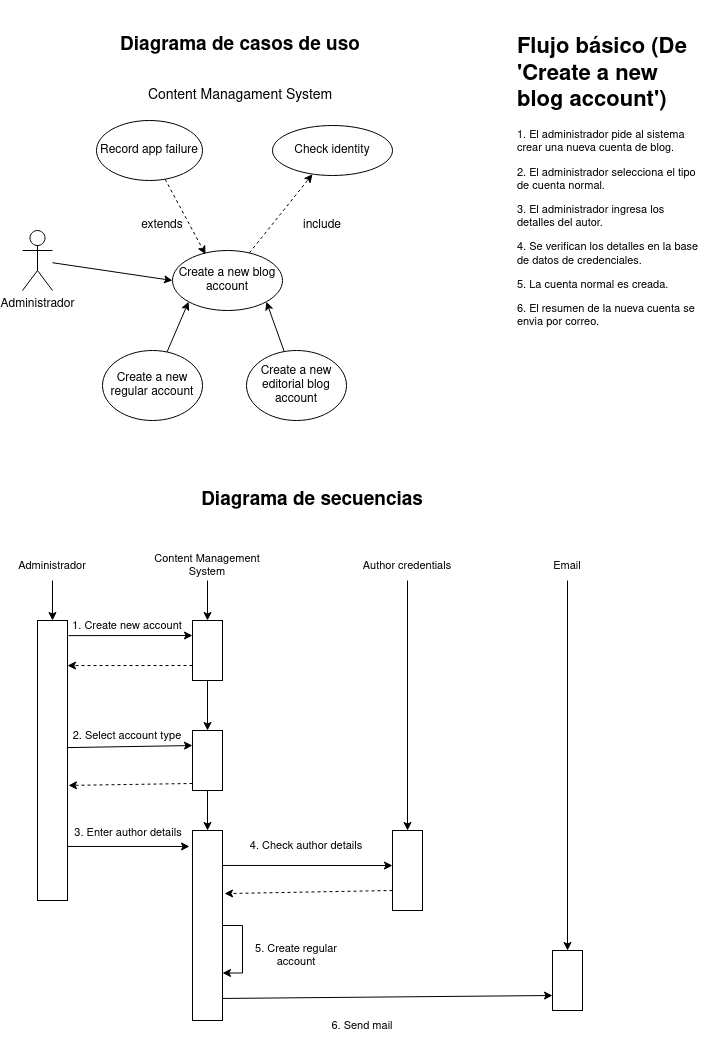
This is diagramas_casos_de_uso/diagrama-caso-uso-test.drawio.png from JesusLugo2002/ETS, a draw.io export, as it was before one commit. Source tidied: cells renumbered, new cells last; positions are measured from the earlier drawing's top-left corner, leaving out a move shared by most shapes.
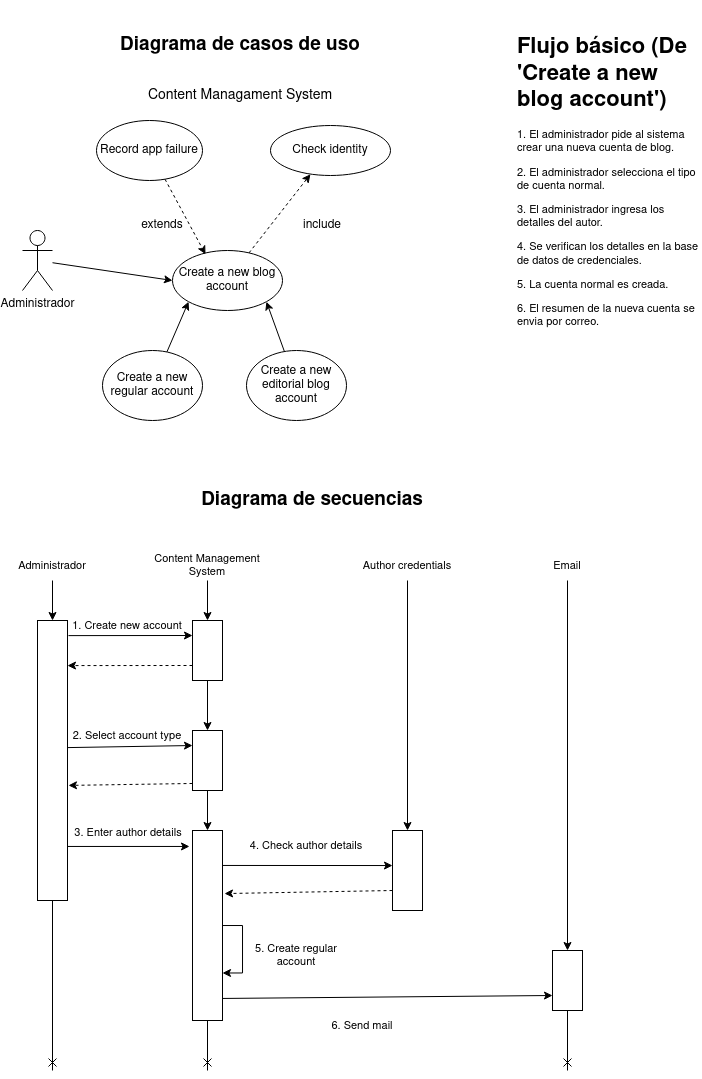
Later version of the same file.

Diff of the diagram source:
```diff
@@ -18,7 +18,7 @@
       <mxGeometry x="150" y="250" width="110" height="60" as="geometry" />
     </mxCell>
     <mxCell id="7" value="Check identity" style="ellipse;whiteSpace=wrap;html=1;" parent="1" vertex="1">
-      <mxGeometry x="250" y="125" width="120" height="50" as="geometry" />
+      <mxGeometry x="248" y="125" width="120" height="50" as="geometry" />
     </mxCell>
     <mxCell id="8" style="rounded=0;jettySize=auto;html=1;entryX=0.333;entryY=0.975;entryDx=0;entryDy=0;entryPerimeter=0;dashed=1;" parent="1" edge="1" source="6" target="7">
       <mxGeometry relative="1" as="geometry" />
@@ -61,6 +61,11 @@
     <mxCell id="20" style="edgeStyle=none;shape=connector;rounded=0;jettySize=auto;html=1;entryX=-0.1;entryY=0.084;entryDx=0;entryDy=0;labelBackgroundColor=default;strokeColor=default;align=center;verticalAlign=middle;fontFamily=Helvetica;fontSize=11;fontColor=default;endArrow=classic;exitX=0.933;exitY=0.807;exitDx=0;exitDy=0;exitPerimeter=0;entryPerimeter=0;" parent="1" edge="1" source="21" target="37">
       <mxGeometry relative="1" as="geometry" />
     </mxCell>
+    <mxCell id="50" style="edgeStyle=none;shape=connector;rounded=0;jettySize=auto;html=1;labelBackgroundColor=default;strokeColor=default;align=center;verticalAlign=middle;fontFamily=Helvetica;fontSize=11;fontColor=default;endArrow=cross;endFill=0;" parent="1" edge="1" source="21">
+      <mxGeometry relative="1" as="geometry">
+        <mxPoint x="30" y="1070" as="targetPoint" />
+      </mxGeometry>
+    </mxCell>
     <mxCell id="21" style="whiteSpace=wrap;html=1;fontSize=11;verticalAlign=top;" parent="1" vertex="1">
       <mxGeometry x="15" y="620" width="30" height="280" as="geometry" />
     </mxCell>
@@ -109,6 +114,11 @@
     <mxCell id="36" style="edgeStyle=none;shape=connector;rounded=0;jettySize=auto;html=1;entryX=0;entryY=0.75;entryDx=0;entryDy=0;labelBackgroundColor=default;strokeColor=default;align=center;verticalAlign=middle;fontFamily=Helvetica;fontSize=11;fontColor=default;endArrow=classic;exitX=1;exitY=0.884;exitDx=0;exitDy=0;exitPerimeter=0;" parent="1" edge="1" source="37" target="48">
       <mxGeometry relative="1" as="geometry" />
     </mxCell>
+    <mxCell id="51" style="edgeStyle=none;shape=connector;rounded=0;jettySize=auto;html=1;labelBackgroundColor=default;strokeColor=default;align=center;verticalAlign=middle;fontFamily=Helvetica;fontSize=11;fontColor=default;endArrow=cross;endFill=0;" parent="1" edge="1" source="37">
+      <mxGeometry relative="1" as="geometry">
+        <mxPoint x="185" y="1070" as="targetPoint" />
+      </mxGeometry>
+    </mxCell>
     <mxCell id="37" style="whiteSpace=wrap;html=1;fontFamily=Helvetica;fontSize=11;fontColor=default;" parent="1" vertex="1">
       <mxGeometry x="170" y="830" width="30" height="190" as="geometry" />
     </mxCell>
@@ -149,6 +159,11 @@
     <mxCell id="47" value="Email" style="text;html=1;strokeColor=none;fillColor=none;align=center;verticalAlign=middle;whiteSpace=wrap;rounded=0;fontSize=11;fontFamily=Helvetica;fontColor=default;" parent="1" vertex="1">
       <mxGeometry x="490" y="550" width="110" height="30" as="geometry" />
     </mxCell>
+    <mxCell id="52" style="edgeStyle=none;shape=connector;rounded=0;jettySize=auto;html=1;labelBackgroundColor=default;strokeColor=default;align=center;verticalAlign=middle;fontFamily=Helvetica;fontSize=11;fontColor=default;endArrow=cross;endFill=0;" parent="1" edge="1" source="48">
+      <mxGeometry relative="1" as="geometry">
+        <mxPoint x="545" y="1070" as="targetPoint" />
+      </mxGeometry>
+    </mxCell>
     <mxCell id="48" style="whiteSpace=wrap;html=1;fontFamily=Helvetica;fontSize=11;fontColor=default;" parent="1" vertex="1">
       <mxGeometry x="530" y="950" width="30" height="60" as="geometry" />
     </mxCell>
```
